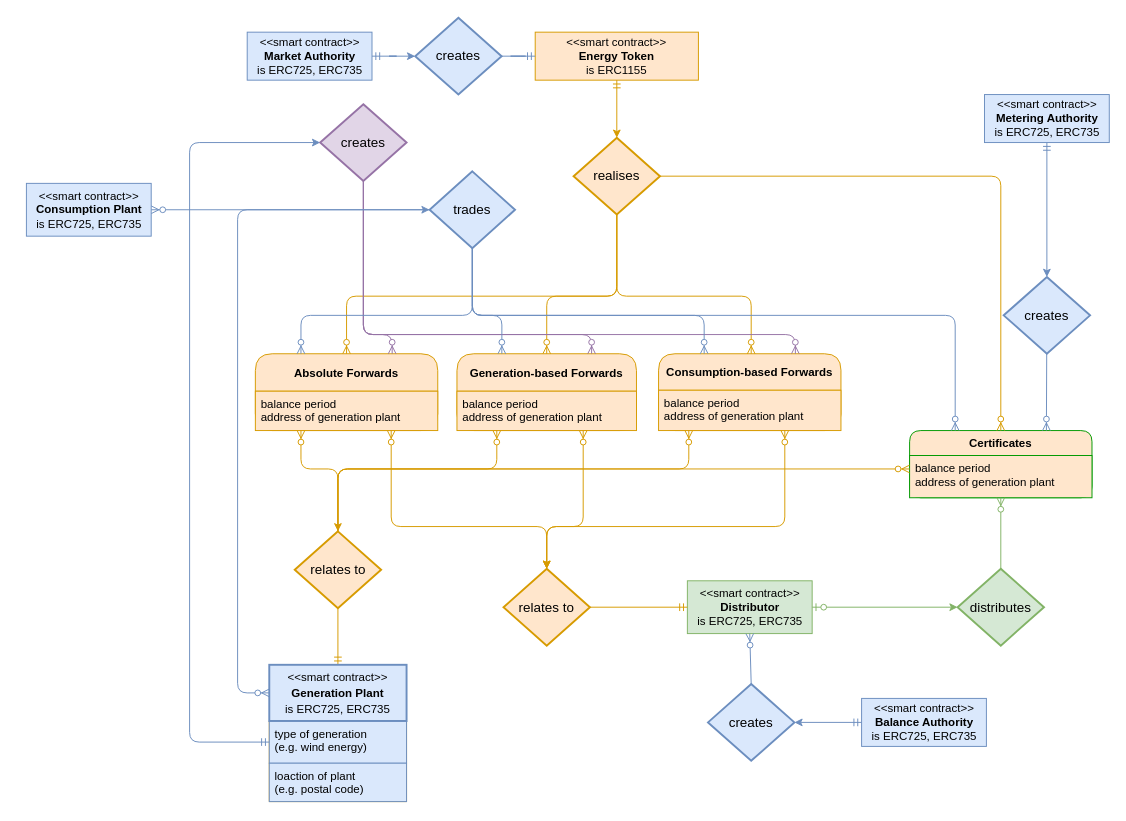
The draw.io diagram page "ER-Modell: Energy Token" (4 of 5) of documentation/diagrams.drawio in B2E2/b2e2_contracts, before the edit. Source tidied: cells renumbered, new cells numbered last; positions are measured from the earlier drawing's top-left corner, leaving out a move shared by most shapes. Both pictures are drawn from the tidied source at 96%, with x=0, y=0 at pixel (26, 17).
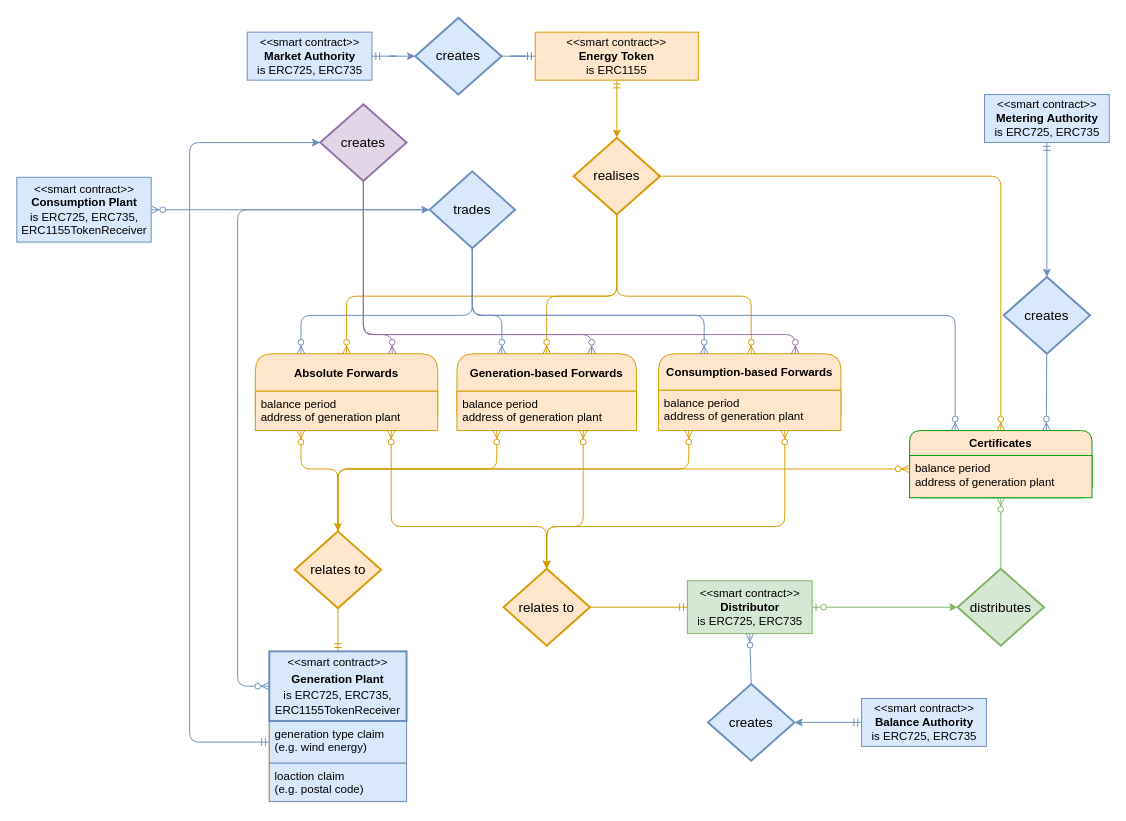
Above is the later version.

Unchanged cells that the change refers to:
```xml
<mxCell id="12" style="swimlane;fontStyle=1;horizontal=1;startSize=0;fillColor=#ffe6cc;rounded=0;strokeColor=#d79b00;" parent="1" vertex="1">
  <mxGeometry x="253" y="732.5" width="143" height="84" as="geometry" />
</mxCell>
<mxCell id="37" value="trades" style="shape=rhombus;strokeWidth=2;fontSize=17;perimeter=rhombusPerimeter;whiteSpace=wrap;html=1;align=center;fontSize=14;rounded=0;fillColor=#dae8fc;strokeColor=#6c8ebf;" parent="1" vertex="1">
  <mxGeometry x="420" y="160" width="89" height="80" as="geometry" />
</mxCell>
```

The edit, as a diff of the source:
```diff
@@
-    <mxCell id="13" value="type of generation &#10;(e.g. wind energy)&#10;" style="text;strokeColor=#6c8ebf;fillColor=#dae8fc;align=left;verticalAlign=top;spacingLeft=4;spacingRight=4;overflow=hidden;points=[[0,0.5],[1,0.5]];portConstraint=eastwest;" parent="12" vertex="1">
+    <mxCell id="13" value="generation type claim &#10;(e.g. wind energy)&#10;" style="text;strokeColor=#6c8ebf;fillColor=#dae8fc;align=left;verticalAlign=top;spacingLeft=4;spacingRight=4;overflow=hidden;points=[[0,0.5],[1,0.5]];portConstraint=eastwest;" parent="12" vertex="1">
       <mxGeometry width="143" height="44" as="geometry" />
     </mxCell>
-    <mxCell id="14" value="loaction of plant&#10;(e.g. postal code)" style="text;strokeColor=#6c8ebf;fillColor=#dae8fc;align=left;verticalAlign=top;spacingLeft=4;spacingRight=4;overflow=hidden;" parent="12" vertex="1">
+    <mxCell id="14" value="loaction claim&#10;(e.g. postal code)" style="text;strokeColor=#6c8ebf;fillColor=#dae8fc;align=left;verticalAlign=top;spacingLeft=4;spacingRight=4;overflow=hidden;" parent="12" vertex="1">
       <mxGeometry y="44" width="143" height="40" as="geometry" />
     </mxCell>
@@
     <mxCell id="38" style="edgeStyle=orthogonalEdgeStyle;rounded=1;jettySize=auto;html=1;startArrow=ERzeroToMany;startFill=1;endArrow=none;endFill=0;entryX=0;entryY=0.5;entryDx=0;entryDy=0;exitX=0;exitY=0.5;exitDx=0;exitDy=0;fillColor=#dae8fc;strokeColor=#6c8ebf;" parent="1" edge="1" source="60" target="37">
       <mxGeometry relative="1" as="geometry">
         <Array as="points">
-          <mxPoint x="220" y="703" />
+          <mxPoint x="220" y="696" />
           <mxPoint x="220" y="200" />
         </Array>
       </mxGeometry>
     </mxCell>
@@
-    <mxCell id="49" value="&amp;lt;&amp;lt;smart contract&amp;gt;&amp;gt;&lt;br&gt;&lt;b&gt;Consumption Plant&lt;/b&gt;&lt;br&gt;is ERC725, ERC735" style="html=1;fillColor=#dae8fc;strokeColor=#6c8ebf;" parent="1" vertex="1">
-      <mxGeometry y="172.5" width="130" height="55" as="geometry" />
+    <mxCell id="49" value="&amp;lt;&amp;lt;smart contract&amp;gt;&amp;gt;&lt;br&gt;&lt;b&gt;Consumption Plant&lt;/b&gt;&lt;br&gt;is ERC725, ERC735,&lt;br&gt;ERC1155TokenReceiver" style="html=1;fillColor=#dae8fc;strokeColor=#6c8ebf;" parent="1" vertex="1">
+      <mxGeometry x="-10" y="166.2" width="140" height="67.5" as="geometry" />
     </mxCell>
@@
-    <mxCell id="60" value="&lt;span style=&quot;font-size: 12px ; white-space: nowrap&quot;&gt;&amp;lt;&amp;lt;smart contract&amp;gt;&amp;gt;&lt;/span&gt;&lt;br style=&quot;font-size: 12px ; white-space: nowrap&quot;&gt;&lt;b style=&quot;font-size: 12px ; white-space: nowrap&quot;&gt;Generation Plant&lt;/b&gt;&lt;br style=&quot;font-size: 12px ; white-space: nowrap&quot;&gt;&lt;span style=&quot;font-size: 12px ; white-space: nowrap&quot;&gt;is ERC725, ERC735&lt;/span&gt;" style="strokeWidth=2;whiteSpace=wrap;html=1;align=center;fontSize=14;rounded=0;fillColor=#dae8fc;strokeColor=#6c8ebf;" parent="1" vertex="1">
-      <mxGeometry x="253" y="674" width="143" height="58.5" as="geometry" />
+    <mxCell id="60" value="&lt;span style=&quot;font-size: 12px ; white-space: nowrap&quot;&gt;&amp;lt;&amp;lt;smart contract&amp;gt;&amp;gt;&lt;/span&gt;&lt;br style=&quot;font-size: 12px ; white-space: nowrap&quot;&gt;&lt;b style=&quot;font-size: 12px ; white-space: nowrap&quot;&gt;Generation Plant&lt;/b&gt;&lt;br style=&quot;font-size: 12px ; white-space: nowrap&quot;&gt;&lt;span style=&quot;font-size: 12px ; white-space: nowrap&quot;&gt;is ERC725, ERC735,&lt;br&gt;&lt;/span&gt;&lt;span style=&quot;font-size: 12px ; white-space: nowrap&quot;&gt;ERC1155TokenReceiver&lt;/span&gt;&lt;span style=&quot;font-size: 12px ; white-space: nowrap&quot;&gt;&lt;br&gt;&lt;/span&gt;" style="strokeWidth=2;whiteSpace=wrap;html=1;align=center;fontSize=14;rounded=0;fillColor=#dae8fc;strokeColor=#6c8ebf;" parent="1" vertex="1">
+      <mxGeometry x="253" y="660" width="143" height="72.5" as="geometry" />
     </mxCell>
```
